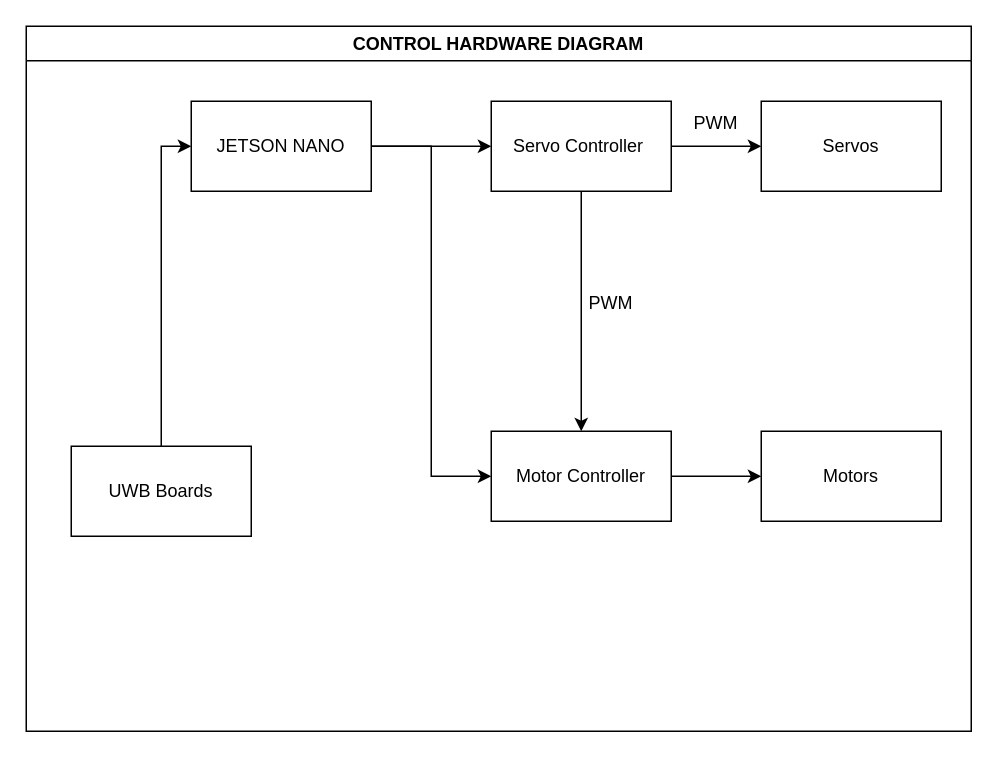
This is page "Page-4" (4 of 4) of diagrams/blockdiagramdesign.drawio from BowieJames/FollowMe, a draw.io file, before an edit. Source tidied: cells renumbered, new cells numbered last; positions are measured from the earlier drawing's top-left corner, leaving out a move shared by most shapes. Both pictures are drawn from the tidied source at 150%, with x=0, y=0 at pixel (26, 26).
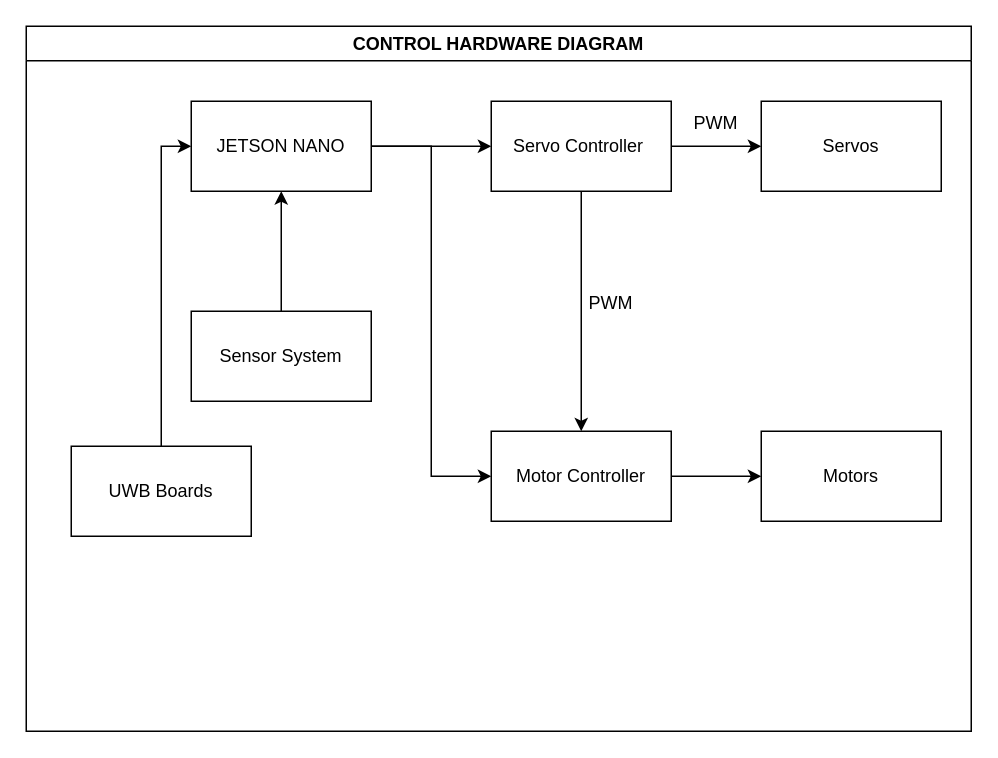
The same diagram, later.

The edit, as a diff of the source:
```diff
@@
 <mxGraphModel>
   <root>
     <mxCell id="0" />
     <mxCell id="1" parent="0" />
     <mxCell id="2" value="CONTROL HARDWARE DIAGRAM" style="swimlane;whiteSpace=wrap;html=1;" parent="1" vertex="1">
       <mxGeometry width="630" height="470" as="geometry" />
     </mxCell>
     <mxCell id="3" style="edgeStyle=orthogonalEdgeStyle;rounded=0;jettySize=auto;html=1;" parent="2" edge="1" source="5" target="12">
       <mxGeometry relative="1" as="geometry" />
     </mxCell>
     <mxCell id="4" style="edgeStyle=orthogonalEdgeStyle;rounded=0;jettySize=auto;html=1;entryX=0;entryY=0.5;entryDx=0;entryDy=0;" parent="2" edge="1" source="5" target="9">
       <mxGeometry relative="1" as="geometry" />
     </mxCell>
     <mxCell id="5" value="JETSON NANO" style="rounded=0;whiteSpace=wrap;html=1;" parent="2" vertex="1">
       <mxGeometry x="110" y="50" width="120" height="60" as="geometry" />
     </mxCell>
     <mxCell id="6" style="edgeStyle=orthogonalEdgeStyle;rounded=0;jettySize=auto;html=1;entryX=0;entryY=0.5;entryDx=0;entryDy=0;" parent="2" edge="1" source="7" target="5">
       <mxGeometry relative="1" as="geometry" />
     </mxCell>
     <mxCell id="7" value="UWB Boards" style="rounded=0;whiteSpace=wrap;html=1;" parent="2" vertex="1">
       <mxGeometry x="30" y="280" width="120" height="60" as="geometry" />
     </mxCell>
     <mxCell id="8" style="edgeStyle=orthogonalEdgeStyle;rounded=0;jettySize=auto;html=1;entryX=0;entryY=0.5;entryDx=0;entryDy=0;" parent="2" edge="1" source="9" target="14">
       <mxGeometry relative="1" as="geometry" />
     </mxCell>
     <mxCell id="9" value="Motor Controller" style="rounded=0;whiteSpace=wrap;html=1;" parent="2" vertex="1">
       <mxGeometry x="310" y="270" width="120" height="60" as="geometry" />
     </mxCell>
     <mxCell id="10" style="edgeStyle=orthogonalEdgeStyle;rounded=0;jettySize=auto;html=1;" parent="2" edge="1" source="12" target="9">
       <mxGeometry relative="1" as="geometry" />
     </mxCell>
     <mxCell id="11" style="edgeStyle=orthogonalEdgeStyle;rounded=0;jettySize=auto;html=1;entryX=0;entryY=0.5;entryDx=0;entryDy=0;" parent="2" edge="1" source="12" target="13">
       <mxGeometry relative="1" as="geometry" />
     </mxCell>
     <mxCell id="12" value="Servo Controller&amp;nbsp;" style="rounded=0;whiteSpace=wrap;html=1;" parent="2" vertex="1">
       <mxGeometry x="310" y="50" width="120" height="60" as="geometry" />
     </mxCell>
     <mxCell id="13" value="Servos" style="rounded=0;whiteSpace=wrap;html=1;" parent="2" vertex="1">
       <mxGeometry x="490" y="50" width="120" height="60" as="geometry" />
     </mxCell>
     <mxCell id="14" value="Motors" style="rounded=0;whiteSpace=wrap;html=1;" parent="2" vertex="1">
       <mxGeometry x="490" y="270" width="120" height="60" as="geometry" />
     </mxCell>
     <mxCell id="15" value="PWM" style="text;html=1;align=center;verticalAlign=middle;whiteSpace=wrap;rounded=0;" parent="2" vertex="1">
       <mxGeometry x="430" y="50" width="60" height="30" as="geometry" />
     </mxCell>
     <mxCell id="16" value="PWM" style="text;html=1;align=center;verticalAlign=middle;whiteSpace=wrap;rounded=0;" parent="2" vertex="1">
       <mxGeometry x="360" y="170" width="60" height="30" as="geometry" />
     </mxCell>
+    <mxCell id="17" style="edgeStyle=orthogonalEdgeStyle;rounded=0;jettySize=auto;html=1;entryX=0.5;entryY=1;entryDx=0;entryDy=0;" parent="2" edge="1" source="18" target="5">
+      <mxGeometry relative="1" as="geometry" />
+    </mxCell>
+    <mxCell id="18" value="Sensor System" style="rounded=0;whiteSpace=wrap;html=1;" parent="2" vertex="1">
+      <mxGeometry x="110" y="190" width="120" height="60" as="geometry" />
+    </mxCell>
   </root>
 </mxGraphModel>
```
